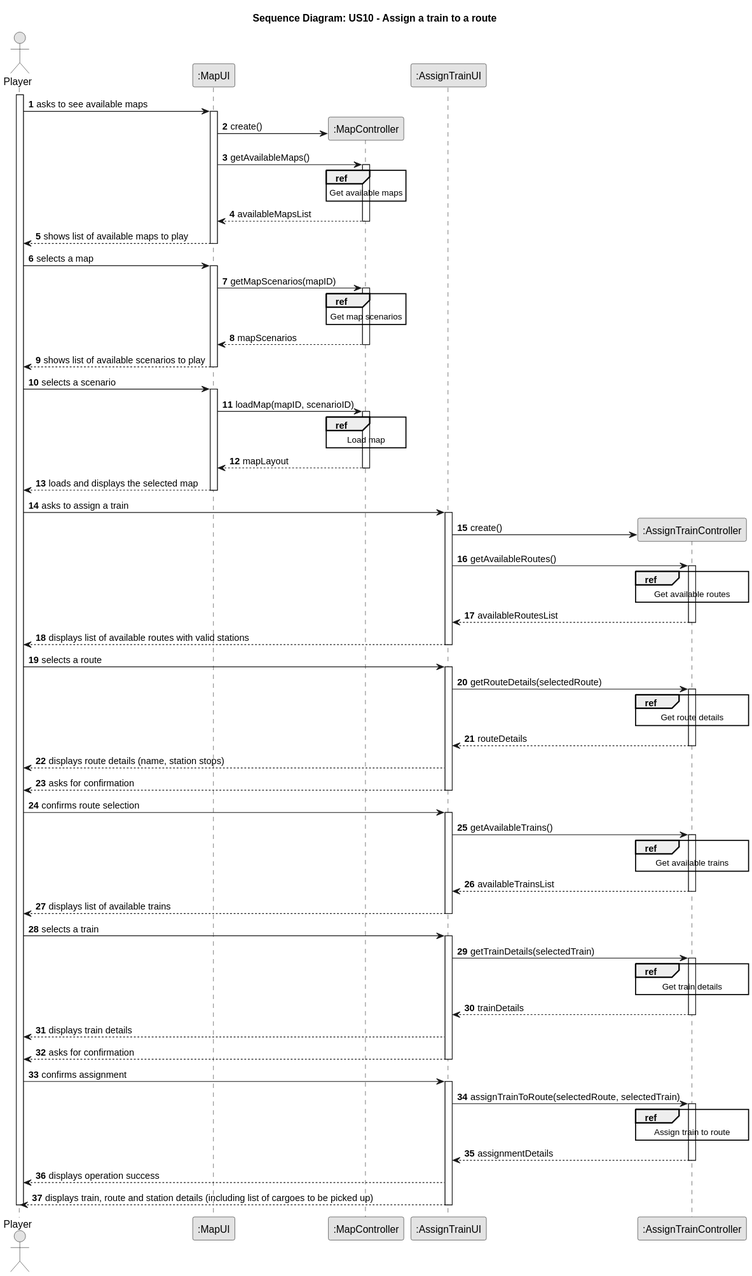
Above: docs/system-documentation/Sprint 3/US10/03.design/svg/US10-SD-split.svg in HenriqueSilva18/Railway-Network-Simulator (PlantUML), before the change.
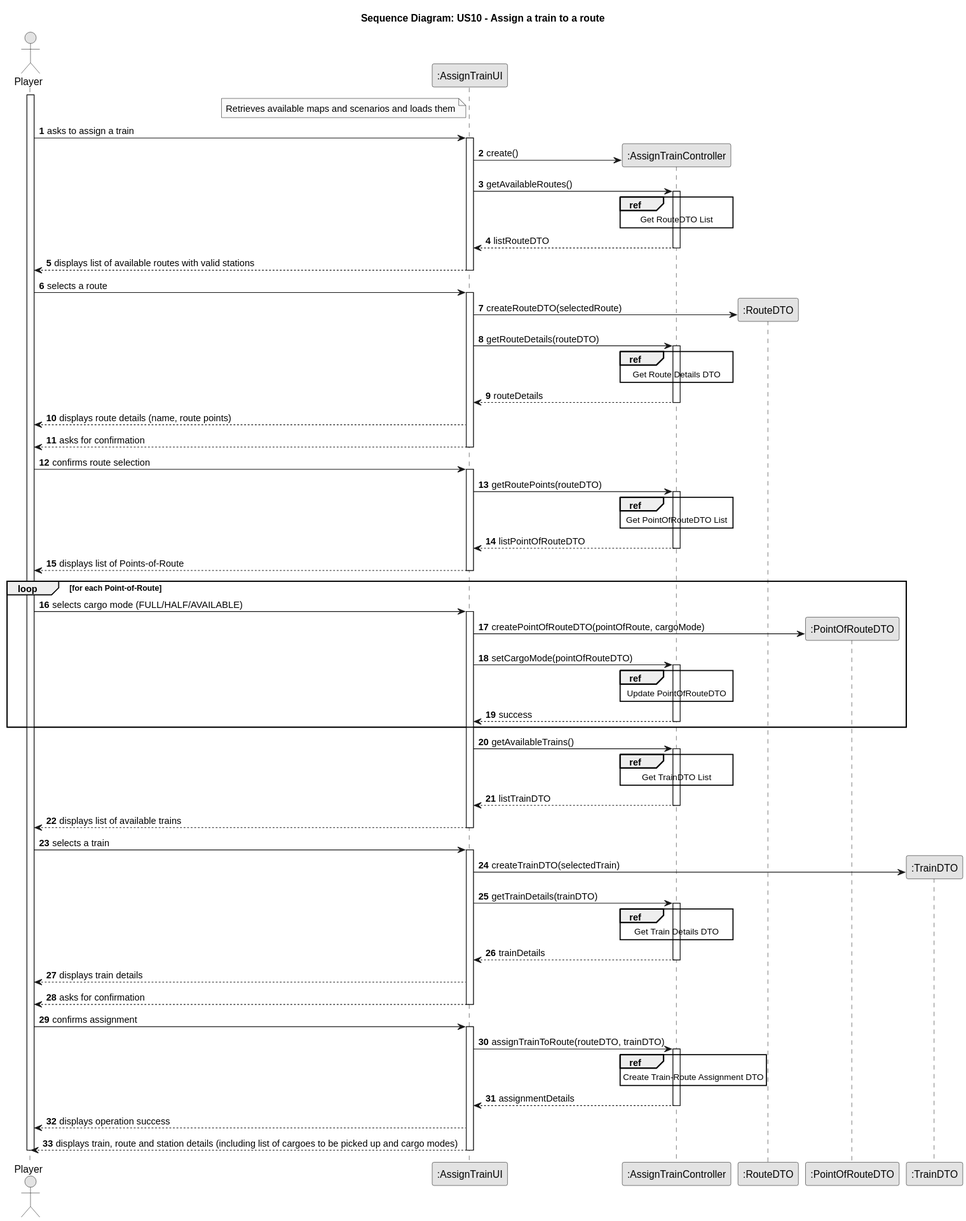
The same file after the commit.

The edit, as a diff of the source:
```diff
@@ -8,50 +8,17 @@
 title Sequence Diagram: US10 - Assign a train to a route
 
 actor "Player" as player
-participant ":MapUI" as mapUI
-participant ":MapController" as mapCTRL
 participant ":AssignTrainUI" as UI
 participant ":AssignTrainController" as CTRL
+participant ":RouteDTO" as ROUTE_DTO
+participant ":PointOfRouteDTO" as POINT_DTO
+participant ":TrainDTO" as TRAIN_DTO
 
 activate player
 
-    player -> mapUI: asks to see available maps
-        activate mapUI
-        mapUI -> mapCTRL**: create()
-        mapUI -> mapCTRL: getAvailableMaps()
-            activate mapCTRL
-                ref over mapCTRL
-                    Get available maps
-                end
-            mapCTRL --> mapUI: availableMapsList
-            deactivate mapCTRL
-        mapUI --> player: shows list of available maps to play
-        deactivate mapUI
-
-    player -> mapUI: selects a map
-        activate mapUI
-        mapUI -> mapCTRL: getMapScenarios(mapID)
-            activate mapCTRL
-                ref over mapCTRL
-                    Get map scenarios
-                end
-            mapCTRL --> mapUI: mapScenarios
-            deactivate mapCTRL
-        mapUI --> player: shows list of available scenarios to play
-        deactivate mapUI
-    player -> mapUI: selects a scenario
-
-        activate mapUI
-        mapUI -> mapCTRL: loadMap(mapID, scenarioID)
-            activate mapCTRL
-                ref over mapCTRL
-                    Load map
-                end
-            mapCTRL --> mapUI: mapLayout
-            deactivate mapCTRL
-        mapUI --> player: loads and displays the selected map
-        deactivate mapUI
-
+note left of UI
+    Retrieves available maps and scenarios and loads them
+end note
     player -> UI : asks to assign a train
         activate UI
             UI -> CTRL**: create()
@@ -59,50 +26,78 @@
             activate CTRL
 
             ref over CTRL
-                Get available routes
+                Get RouteDTO List
             end
 
-            CTRL --> UI: availableRoutesList
+            CTRL --> UI: listRouteDTO
             deactivate CTRL
             UI --> player: displays list of available routes with valid stations
         deactivate UI
 
     player -> UI : selects a route
         activate UI
-            UI -> CTRL: getRouteDetails(selectedRoute)
+            UI -> ROUTE_DTO** : createRouteDTO(selectedRoute)
+            UI -> CTRL: getRouteDetails(routeDTO)
             activate CTRL
 
             ref over CTRL
-                Get route details
+                Get Route Details DTO
             end
 
             CTRL --> UI: routeDetails
             deactivate CTRL
-            UI --> player: displays route details (name, station stops)
+            UI --> player: displays route details (name, route points)
             UI --> player: asks for confirmation
         deactivate UI
 
     player -> UI : confirms route selection
         activate UI
-            UI -> CTRL: getAvailableTrains()
+            UI -> CTRL: getRoutePoints(routeDTO)
             activate CTRL
 
             ref over CTRL
-                Get available trains
+                Get PointOfRouteDTO List
             end
 
-            CTRL --> UI: availableTrainsList
+            CTRL --> UI: listPointOfRouteDTO
             deactivate CTRL
-            UI --> player: displays list of available trains
+            UI --> player: displays list of Points-of-Route
         deactivate UI
 
-    player -> UI : selects a train
-        activate UI
-            UI -> CTRL: getTrainDetails(selectedTrain)
+    loop for each Point-of-Route
+        player -> UI : selects cargo mode (FULL/HALF/AVAILABLE)
+            activate UI
+            UI -> POINT_DTO** : createPointOfRouteDTO(pointOfRoute, cargoMode)
+            UI -> CTRL: setCargoMode(pointOfRouteDTO)
             activate CTRL
 
             ref over CTRL
-                Get train details
+                Update PointOfRouteDTO
+            end
+
+            CTRL --> UI: success
+            deactivate CTRL
+    end
+
+    UI -> CTRL: getAvailableTrains()
+    activate CTRL
+
+    ref over CTRL
+        Get TrainDTO List
+    end
+
+    CTRL --> UI: listTrainDTO
+    deactivate CTRL
+    UI --> player: displays list of available trains
+deactivate UI
+    player -> UI : selects a train
+        activate UI
+            UI -> TRAIN_DTO** : createTrainDTO(selectedTrain)
+            UI -> CTRL: getTrainDetails(trainDTO)
+            activate CTRL
+
+            ref over CTRL
+                Get Train Details DTO
             end
 
             CTRL --> UI: trainDetails
@@ -113,17 +108,17 @@
 
     player -> UI : confirms assignment
         activate UI
-            UI -> CTRL: assignTrainToRoute(selectedRoute, selectedTrain)
+            UI -> CTRL: assignTrainToRoute(routeDTO, trainDTO)
             activate CTRL
 
             ref over CTRL
-                Assign train to route
+                Create Train-Route Assignment DTO
             end
 
             CTRL --> UI: assignmentDetails
             deactivate CTRL
             UI --> player: displays operation success
-            UI --> player: displays train, route and station details (including list of cargoes to be picked up)
+            UI --> player: displays train, route and station details (including list of cargoes to be picked up and cargo modes)
         deactivate UI
 
 deactivate player
```
